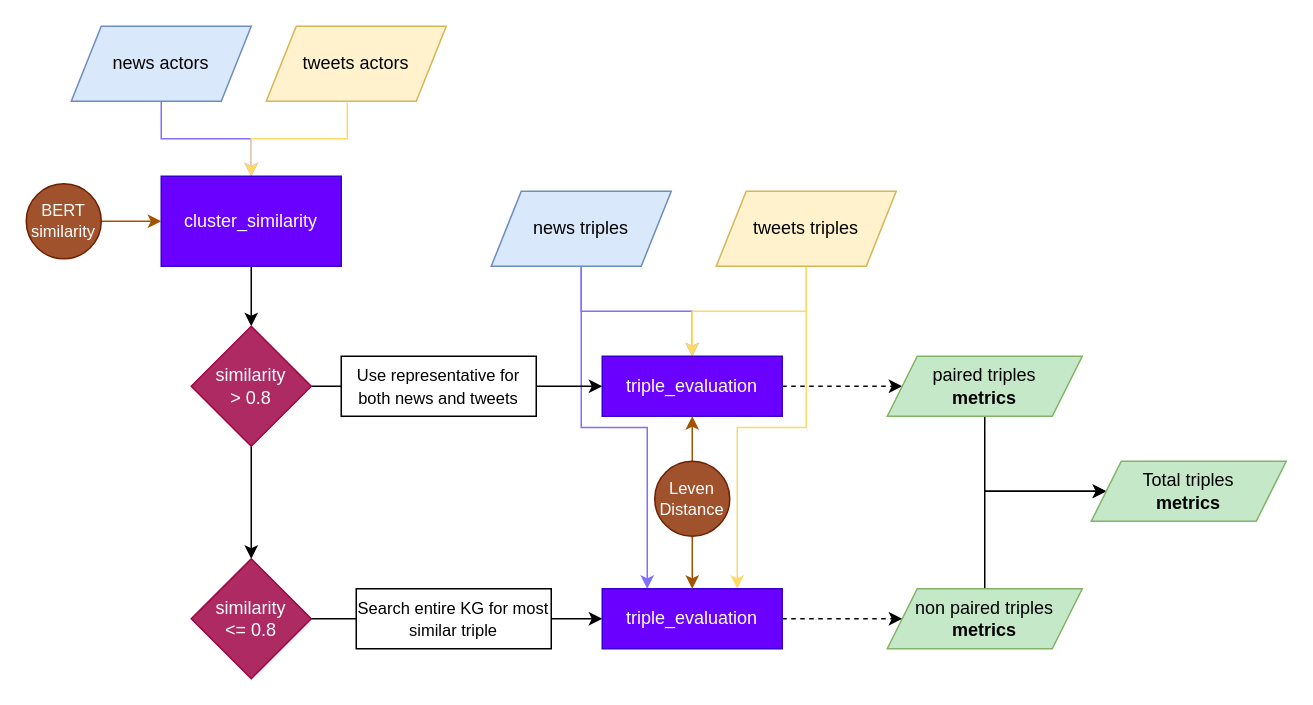
Vasco27/Tweet2Story keeps this draw.io diagram as T2S/notebooks/Tw2S-evaluation-framework.drawio. Above is the earlier version. Source tidied: cells renumbered, new cells numbered last; positions are measured from the earlier drawing's top-left corner, leaving out a move shared by most shapes. Both pictures are drawn from the tidied source at 150%, with x=0, y=0 at pixel (26, 26).
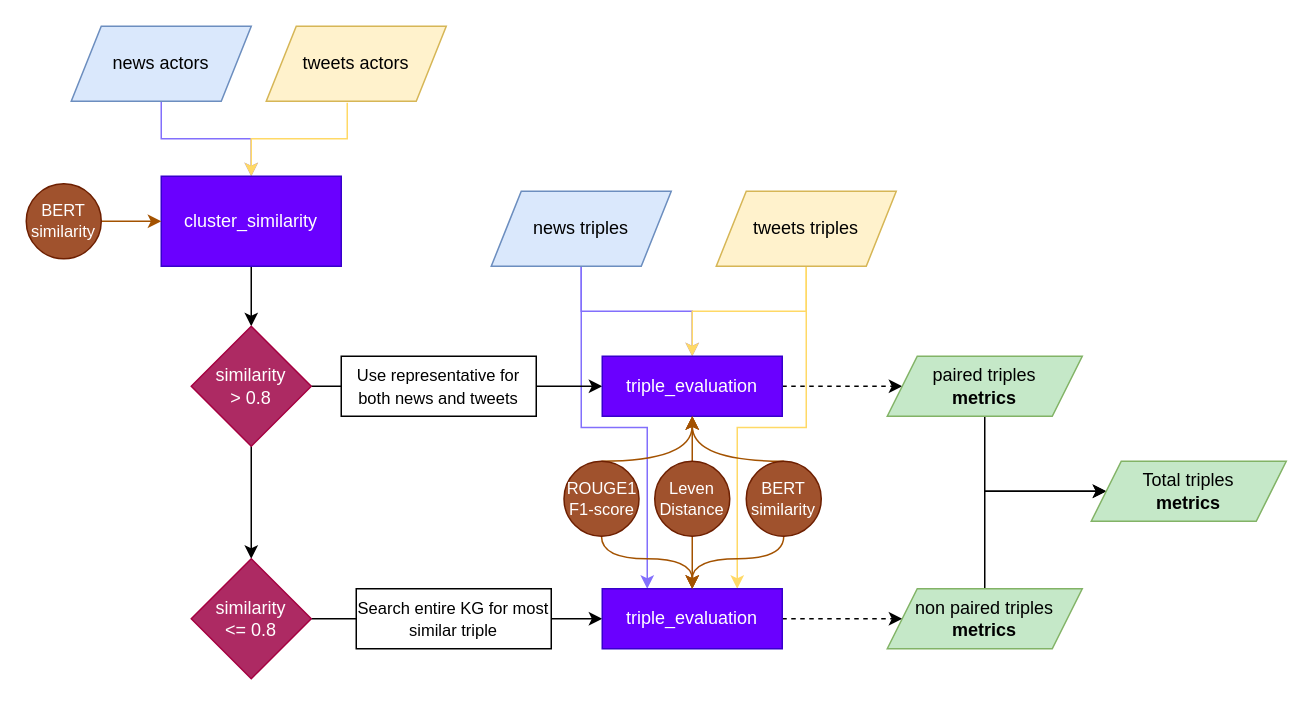
After the change.

Unchanged cells that the change refers to:
```xml
<mxCell id="20" value="triple_evaluation" style="rounded=0;whiteSpace=wrap;html=1;fillColor=#6a00ff;strokeColor=#3700CC;fontColor=#ffffff;" parent="1" vertex="1">
  <mxGeometry x="384" y="220" width="120" height="40" as="geometry" />
</mxCell>
<mxCell id="26" value="triple_evaluation" style="rounded=0;whiteSpace=wrap;html=1;fillColor=#6a00ff;strokeColor=#3700CC;fontColor=#ffffff;" parent="1" vertex="1">
  <mxGeometry x="384" y="375" width="120" height="40" as="geometry" />
</mxCell>
```

Diff of the diagram source:
```diff
@@
+    <mxCell id="35" style="edgeStyle=orthogonalEdgeStyle;jettySize=auto;html=1;exitX=0.5;exitY=0;exitDx=0;exitDy=0;entryX=0.5;entryY=1;entryDx=0;entryDy=0;curved=1;strokeColor=#A35200;" parent="1" edge="1" source="37" target="20">
+      <mxGeometry relative="1" as="geometry">
+        <Array as="points">
+          <mxPoint x="444" y="290" />
+        </Array>
+      </mxGeometry>
+    </mxCell>
+    <mxCell id="36" style="edgeStyle=orthogonalEdgeStyle;curved=1;jettySize=auto;html=1;exitX=0.5;exitY=1;exitDx=0;exitDy=0;entryX=0.5;entryY=0;entryDx=0;entryDy=0;strokeColor=#A35200;" parent="1" edge="1" source="37" target="26">
+      <mxGeometry relative="1" as="geometry">
+        <Array as="points">
+          <mxPoint x="505" y="355" />
+          <mxPoint x="444" y="355" />
+        </Array>
+      </mxGeometry>
+    </mxCell>
+    <mxCell id="37" value="&lt;div style=&quot;font-size: 11px&quot;&gt;&lt;font style=&quot;font-size: 11px&quot;&gt;BERT&lt;/font&gt;&lt;/div&gt;&lt;div style=&quot;font-size: 11px&quot;&gt;&lt;font style=&quot;font-size: 11px&quot;&gt;similarity&lt;/font&gt;&lt;br&gt;&lt;/div&gt;" style="ellipse;whiteSpace=wrap;html=1;fillColor=#a0522d;strokeColor=#6D1F00;fontColor=#ffffff;" parent="1" vertex="1">
+      <mxGeometry x="480" y="290" width="50" height="50" as="geometry" />
+    </mxCell>
+    <mxCell id="38" style="edgeStyle=orthogonalEdgeStyle;curved=1;jettySize=auto;html=1;exitX=0.5;exitY=0;exitDx=0;exitDy=0;entryX=0.5;entryY=1;entryDx=0;entryDy=0;strokeColor=#A35200;" parent="1" edge="1" source="40" target="20">
+      <mxGeometry relative="1" as="geometry">
+        <Array as="points">
+          <mxPoint x="444" y="290" />
+        </Array>
+      </mxGeometry>
+    </mxCell>
+    <mxCell id="39" style="edgeStyle=orthogonalEdgeStyle;curved=1;jettySize=auto;html=1;exitX=0.5;exitY=1;exitDx=0;exitDy=0;entryX=0.5;entryY=0;entryDx=0;entryDy=0;strokeColor=#A35200;" parent="1" edge="1" source="40" target="26">
+      <mxGeometry relative="1" as="geometry">
+        <Array as="points">
+          <mxPoint x="384" y="355" />
+          <mxPoint x="444" y="355" />
+        </Array>
+      </mxGeometry>
+    </mxCell>
+    <mxCell id="40" value="&lt;div style=&quot;font-size: 11px&quot;&gt;ROUGE1&lt;br&gt;&lt;/div&gt;&lt;div style=&quot;font-size: 11px&quot;&gt;F1-score&lt;br&gt;&lt;/div&gt;" style="ellipse;whiteSpace=wrap;html=1;fillColor=#a0522d;strokeColor=#6D1F00;fontColor=#ffffff;" parent="1" vertex="1">
+      <mxGeometry x="358.5" y="290" width="50" height="50" as="geometry" />
+    </mxCell>
```
